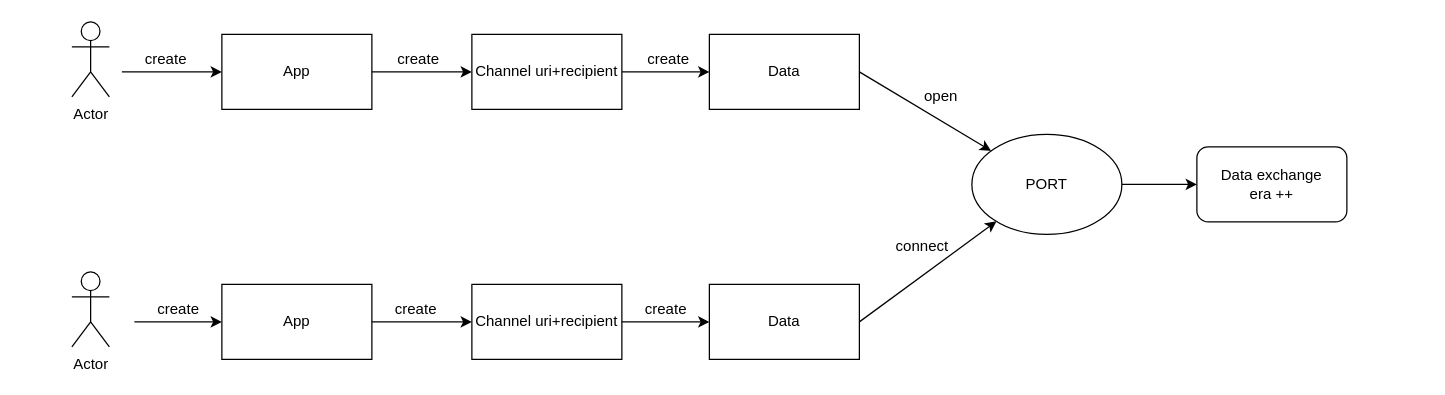
Earlier version of the draw.io diagram ASAPfunction.drawio (Bachdz/ASAP-GUI). Source tidied: cells renumbered, new cells numbered last; positions are measured from the earlier drawing's top-left corner, leaving out a move shared by most shapes. Both pictures are drawn from the tidied source at 125%, with x=0, y=0 at pixel (71, 21).
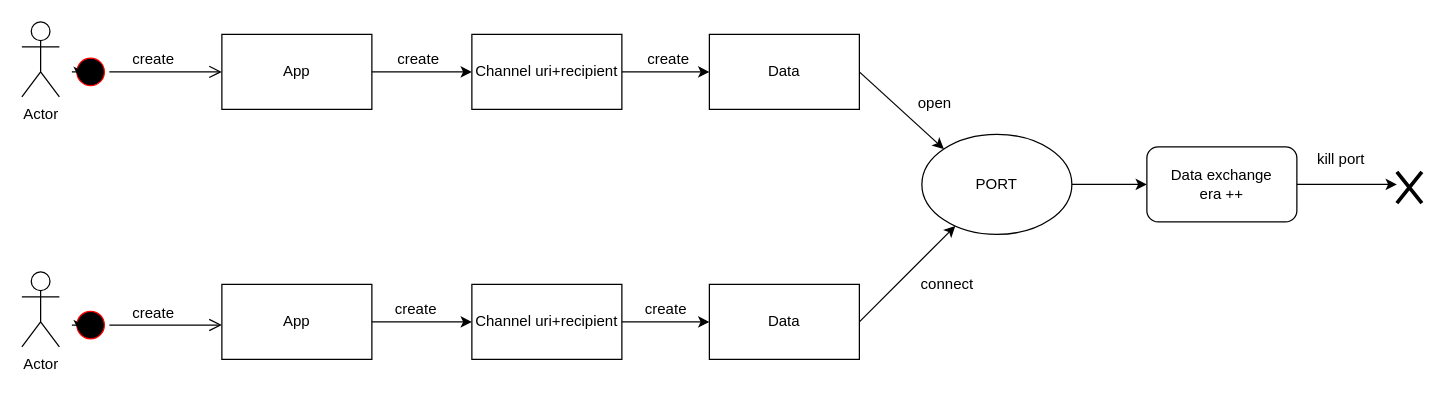
The same diagram, later.

Unchanged cells that the change refers to:
```xml
<mxCell id="4" value="App" style="rounded=0;whiteSpace=wrap;html=1;" parent="1" vertex="1">
  <mxGeometry x="120" y="10" width="120" height="60" as="geometry" />
</mxCell>
<mxCell id="5" value="App" style="rounded=0;whiteSpace=wrap;html=1;" parent="1" vertex="1">
  <mxGeometry x="120" y="210" width="120" height="60" as="geometry" />
</mxCell>
<mxCell id="29" style="group;" parent="1" vertex="1">
  <mxGeometry x="630" y="20" width="70" height="20" as="geometry" />
</mxCell>
```

The edit, as a diff of the source:
```diff
@@
     <mxCell id="2" value="Actor" style="shape=umlActor;verticalLabelPosition=bottom;verticalAlign=top;html=1;" parent="1" vertex="1">
-      <mxGeometry width="30" height="60" as="geometry" />
+      <mxGeometry x="-40" width="30" height="60" as="geometry" />
     </mxCell>
     <mxCell id="3" value="Actor" style="shape=umlActor;verticalLabelPosition=bottom;verticalAlign=top;html=1;" parent="1" vertex="1">
-      <mxGeometry y="200" width="30" height="60" as="geometry" />
+      <mxGeometry x="-40" y="200" width="30" height="60" as="geometry" />
     </mxCell>
@@
     <mxCell id="10" value="PORT" style="ellipse;whiteSpace=wrap;html=1;" parent="1" vertex="1">
-      <mxGeometry x="720" y="90" width="120" height="80" as="geometry" />
+      <mxGeometry x="680" y="90" width="120" height="80" as="geometry" />
     </mxCell>
     <mxCell id="11" style="group;" parent="1" vertex="1">
-      <mxGeometry x="40" y="20" width="60" height="20" as="geometry" />
+      <mxGeometry x="30" y="20" width="60" height="20" as="geometry" />
     </mxCell>
-    <mxCell id="12" style="endArrow=classic;html=1;entryX=0;entryY=0.5;entryDx=0;entryDy=0;" parent="11" edge="1" target="4">
-      <mxGeometry relative="1" as="geometry">
-        <mxPoint y="20" as="sourcePoint" />
-      </mxGeometry>
-    </mxCell>
@@
-    <mxCell id="14" style="group;" parent="1" vertex="1">
-      <mxGeometry x="50" y="220" width="60" height="20" as="geometry" />
-    </mxCell>
-    <mxCell id="15" style="endArrow=classic;html=1;entryX=0;entryY=0.5;entryDx=0;entryDy=0;" parent="14" edge="1" target="5">
-      <mxGeometry relative="1" as="geometry">
-        <mxPoint y="20" as="sourcePoint" />
-      </mxGeometry>
-    </mxCell>
-    <mxCell id="16" value="create" style="text;html=1;align=center;verticalAlign=middle;" parent="14" vertex="1">
-      <mxGeometry x="10" width="50" height="20" as="geometry" />
-    </mxCell>
@@
-    <mxCell id="30" style="endArrow=classic;html=1;" parent="29" edge="1" target="10">
+    <mxCell id="30" style="endArrow=classic;html=1;entryX=0;entryY=0;entryDx=0;entryDy=0;" parent="29" edge="1" target="10">
       <mxGeometry relative="1" as="geometry">
         <mxPoint y="20" as="sourcePoint" />
       </mxGeometry>
     </mxCell>
     <mxCell id="31" value="open" style="text;html=1;align=center;verticalAlign=middle;" parent="1" vertex="1">
-      <mxGeometry x="675" y="50" width="40" height="20" as="geometry" />
+      <mxGeometry x="670" y="55" width="40" height="20" as="geometry" />
     </mxCell>
     <mxCell id="32" value="connect" style="text;html=1;align=center;verticalAlign=middle;" parent="1" vertex="1">
-      <mxGeometry x="650" y="170" width="60" height="20" as="geometry" />
+      <mxGeometry x="670" y="200" width="60" height="20" as="geometry" />
     </mxCell>
@@
-    <mxCell id="34" style="endArrow=classic;html=1;exitX=1;exitY=0.5;exitDx=0;exitDy=0;" parent="1" edge="1" source="10">
-      <mxGeometry relative="1" as="geometry">
-        <mxPoint x="900" y="130" as="targetPoint" />
-      </mxGeometry>
+    <mxCell id="34" style="endArrow=classic;html=1;exitX=1;exitY=0.5;exitDx=0;exitDy=0;entryX=0;entryY=0.5;entryDx=0;entryDy=0;" parent="1" edge="1" source="10" target="35">
+      <mxGeometry relative="1" as="geometry" />
     </mxCell>
     <mxCell id="35" value="Data exchange&lt;br&gt;era ++" style="rounded=1;whiteSpace=wrap;html=1;" parent="1" vertex="1">
-      <mxGeometry x="900" y="100" width="120" height="60" as="geometry" />
+      <mxGeometry x="860" y="100" width="120" height="60" as="geometry" />
     </mxCell>
+    <mxCell id="36" style="endArrow=classic;html=1;" parent="1" edge="1">
+      <mxGeometry relative="1" as="geometry">
+        <mxPoint x="980" y="130" as="sourcePoint" />
+        <mxPoint x="1060" y="130" as="targetPoint" />
+      </mxGeometry>
+    </mxCell>
+    <mxCell id="37" value="kill port" style="text;html=1;align=center;verticalAlign=middle;" parent="1" vertex="1">
+      <mxGeometry x="990" y="100" width="50" height="20" as="geometry" />
+    </mxCell>
+    <mxCell id="38" style="shape=umlDestroy;whiteSpace=wrap;html=1;strokeWidth=3;" parent="1" vertex="1">
+      <mxGeometry x="1060" y="120" width="20" height="25" as="geometry" />
+    </mxCell>
+    <mxCell id="39" style="ellipse;html=1;shape=startState;fillColor=#000000;strokeColor=#ff0000;" parent="1" vertex="1">
+      <mxGeometry y="25" width="30" height="30" as="geometry" />
+    </mxCell>
+    <mxCell id="40" style="edgeStyle=orthogonalEdgeStyle;html=1;verticalAlign=bottom;endArrow=open;endSize=8;entryX=0;entryY=0.5;entryDx=0;entryDy=0;" parent="1" edge="1" source="39" target="4">
+      <mxGeometry relative="1" as="geometry" />
+    </mxCell>
+    <mxCell id="41" style="edgeStyle=orthogonalEdgeStyle;rounded=0;orthogonalLoop=1;jettySize=auto;html=1;exitX=0;exitY=0.5;exitDx=0;exitDy=0;entryX=0.194;entryY=0.667;entryDx=0;entryDy=0;entryPerimeter=0;" parent="1" edge="1" source="39" target="39">
+      <mxGeometry relative="1" as="geometry" />
+    </mxCell>
+    <mxCell id="42" style="ellipse;html=1;shape=startState;fillColor=#000000;strokeColor=#ff0000;" parent="1" vertex="1">
+      <mxGeometry y="227.5" width="30" height="30" as="geometry" />
+    </mxCell>
+    <mxCell id="43" style="edgeStyle=orthogonalEdgeStyle;rounded=0;orthogonalLoop=1;jettySize=auto;html=1;exitX=0;exitY=0.5;exitDx=0;exitDy=0;entryX=0.194;entryY=0.667;entryDx=0;entryDy=0;entryPerimeter=0;" parent="1" edge="1" source="42" target="42">
+      <mxGeometry relative="1" as="geometry" />
+    </mxCell>
+    <mxCell id="44" style="edgeStyle=orthogonalEdgeStyle;html=1;verticalAlign=bottom;endArrow=open;endSize=8;entryX=0;entryY=0.5;entryDx=0;entryDy=0;" parent="1" edge="1" source="42">
+      <mxGeometry relative="1" as="geometry">
+        <mxPoint x="120" y="242.5" as="targetPoint" />
+      </mxGeometry>
+    </mxCell>
+    <mxCell id="45" style="group;" parent="1" vertex="1">
+      <mxGeometry x="30" y="222.5" width="60" height="20" as="geometry" />
+    </mxCell>
+    <mxCell id="16" value="create" style="text;html=1;align=center;verticalAlign=middle;" parent="45" vertex="1">
+      <mxGeometry x="10" width="50" height="20" as="geometry" />
+    </mxCell>
```
